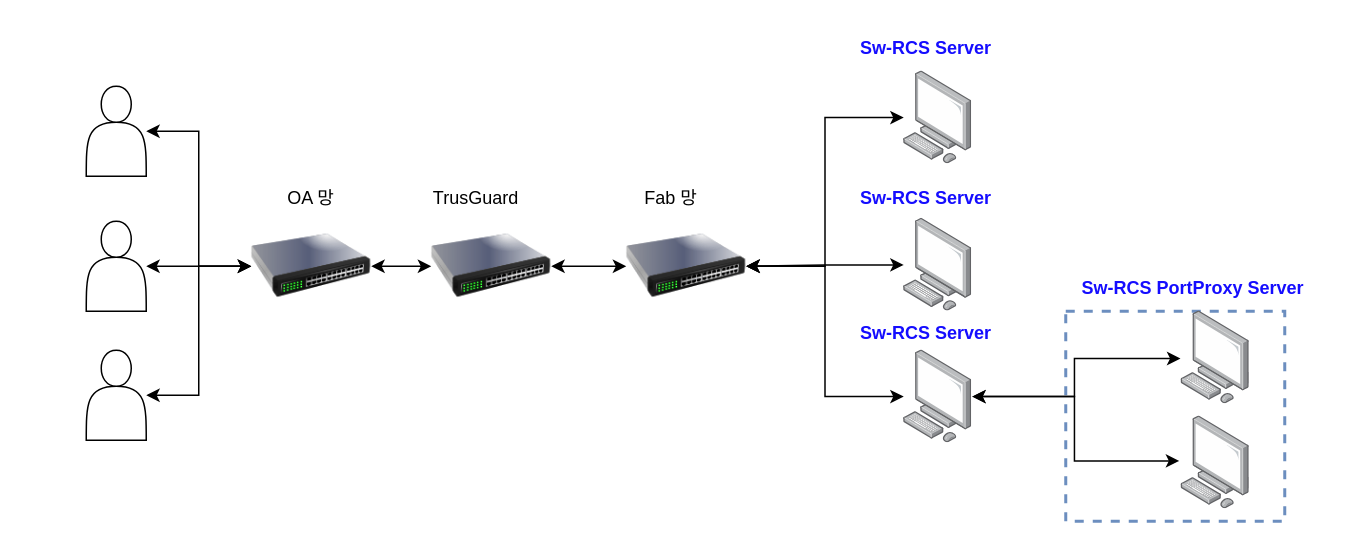
rhkdguskim/Study keeps this draw.io diagram as UML/mirero/SwRcs/SwRcsServer 인프라구성.drawio. Above is the earlier version. Source tidied: cells renumbered, new cells numbered last; positions are measured from the earlier drawing's top-left corner, leaving out a move shared by most shapes. Both pictures are drawn from the tidied source at 150%, with x=0, y=0 at pixel (86, 26).
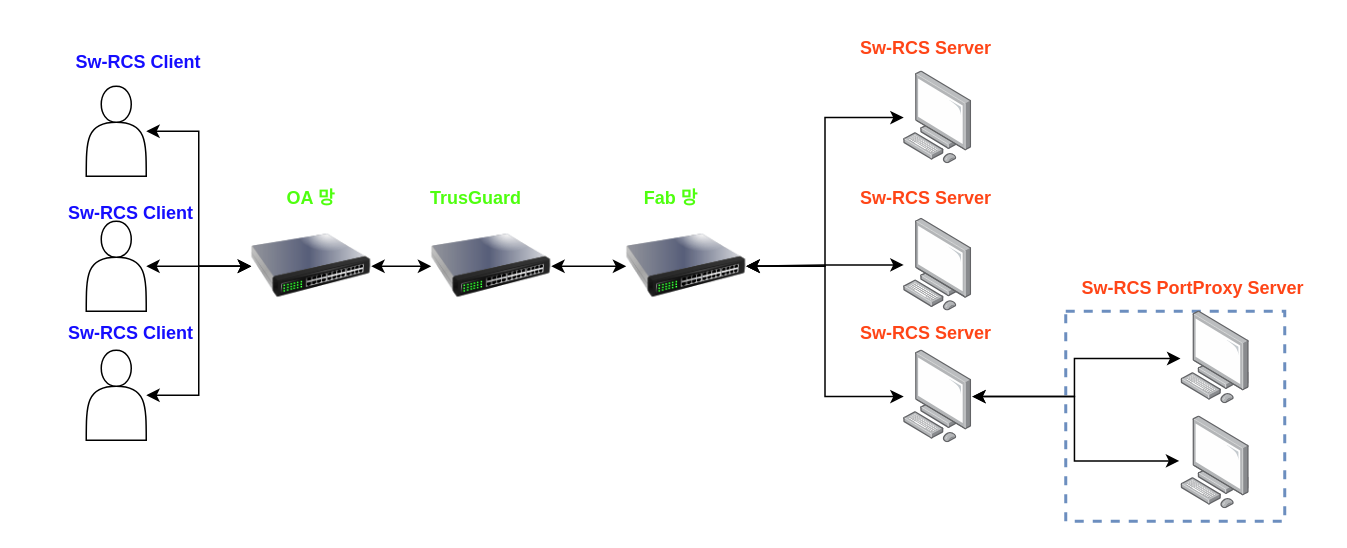
The same diagram, later.

Commit message (it also covers changes not shown here):
SwRcsServer 인프라구성.drawio 업데이트

The edit, as a diff of the source:
```diff
@@
-    <mxCell id="11" value="OA 망" style="text;html=1;align=center;verticalAlign=middle;whiteSpace=wrap;rounded=0;" parent="1" vertex="1">
+    <mxCell id="11" value="OA 망" style="text;html=1;align=center;verticalAlign=middle;whiteSpace=wrap;rounded=0;fontColor=#4FFF0F;fontStyle=1;" parent="1" vertex="1">
       <mxGeometry x="120" y="100" width="60" height="30" as="geometry" />
     </mxCell>
@@
-    <mxCell id="14" value="TrusGuard" style="text;html=1;align=center;verticalAlign=middle;whiteSpace=wrap;rounded=0;" parent="1" vertex="1">
+    <mxCell id="14" value="TrusGuard" style="text;html=1;align=center;verticalAlign=middle;whiteSpace=wrap;rounded=0;fontColor=#4FFF0F;fontStyle=1;" parent="1" vertex="1">
       <mxGeometry x="230" y="100" width="60" height="30" as="geometry" />
     </mxCell>
@@
-    <mxCell id="16" value="Fab 망" style="text;html=1;align=center;verticalAlign=middle;whiteSpace=wrap;rounded=0;" parent="1" vertex="1">
+    <mxCell id="16" value="Fab 망" style="text;html=1;align=center;verticalAlign=middle;whiteSpace=wrap;rounded=0;fontColor=#4FFF0F;fontStyle=1;" parent="1" vertex="1">
       <mxGeometry x="360" y="100" width="60" height="30" as="geometry" />
     </mxCell>
@@
-    <mxCell id="25" value="Sw-RCS PortProxy Server" style="text;html=1;align=center;verticalAlign=middle;whiteSpace=wrap;rounded=0;fontColor=#150DFF;fontStyle=1;" parent="1" vertex="1">
+    <mxCell id="25" value="Sw-RCS PortProxy Server" style="text;html=1;align=center;verticalAlign=middle;whiteSpace=wrap;rounded=0;fontColor=#FF4517;fontStyle=1;" parent="1" vertex="1">
       <mxGeometry x="653" y="160" width="170" height="30" as="geometry" />
     </mxCell>
-    <mxCell id="26" value="Sw-RCS Server" style="text;html=1;align=center;verticalAlign=middle;whiteSpace=wrap;rounded=0;fontColor=#150DFF;fontStyle=1;" parent="1" vertex="1">
+    <mxCell id="26" value="Sw-RCS Server" style="text;html=1;align=center;verticalAlign=middle;whiteSpace=wrap;rounded=0;fontColor=#FF4517;fontStyle=1;" parent="1" vertex="1">
       <mxGeometry x="490" width="140" height="30" as="geometry" />
     </mxCell>
-    <mxCell id="27" value="Sw-RCS Server" style="text;html=1;align=center;verticalAlign=middle;whiteSpace=wrap;rounded=0;fontColor=#150DFF;fontStyle=1;" parent="1" vertex="1">
+    <mxCell id="27" value="Sw-RCS Server" style="text;html=1;align=center;verticalAlign=middle;whiteSpace=wrap;rounded=0;fontColor=#FF4517;fontStyle=1;" parent="1" vertex="1">
       <mxGeometry x="490" y="100" width="140" height="30" as="geometry" />
     </mxCell>
@@
-    <mxCell id="30" value="Sw-RCS Server" style="text;html=1;align=center;verticalAlign=middle;whiteSpace=wrap;rounded=0;fontColor=#150DFF;fontStyle=1;" parent="1" vertex="1">
+    <mxCell id="30" value="Sw-RCS Server" style="text;html=1;align=center;verticalAlign=middle;whiteSpace=wrap;rounded=0;fontColor=#FF4517;fontStyle=1;" parent="1" vertex="1">
       <mxGeometry x="490" y="190" width="140" height="30" as="geometry" />
     </mxCell>
+    <mxCell id="31" value="Sw-RCS Client" style="text;html=1;align=center;verticalAlign=middle;whiteSpace=wrap;rounded=0;fontColor=#150DFF;fontStyle=1;" parent="1" vertex="1">
+      <mxGeometry x="-35" y="9" width="140" height="30" as="geometry" />
+    </mxCell>
+    <mxCell id="32" value="Sw-RCS Client" style="text;html=1;align=center;verticalAlign=middle;whiteSpace=wrap;rounded=0;fontColor=#150DFF;fontStyle=1;" parent="1" vertex="1">
+      <mxGeometry x="-40" y="110" width="140" height="30" as="geometry" />
+    </mxCell>
+    <mxCell id="33" value="Sw-RCS Client" style="text;html=1;align=center;verticalAlign=middle;whiteSpace=wrap;rounded=0;fontColor=#150DFF;fontStyle=1;" parent="1" vertex="1">
+      <mxGeometry x="-40" y="190" width="140" height="30" as="geometry" />
+    </mxCell>
```
